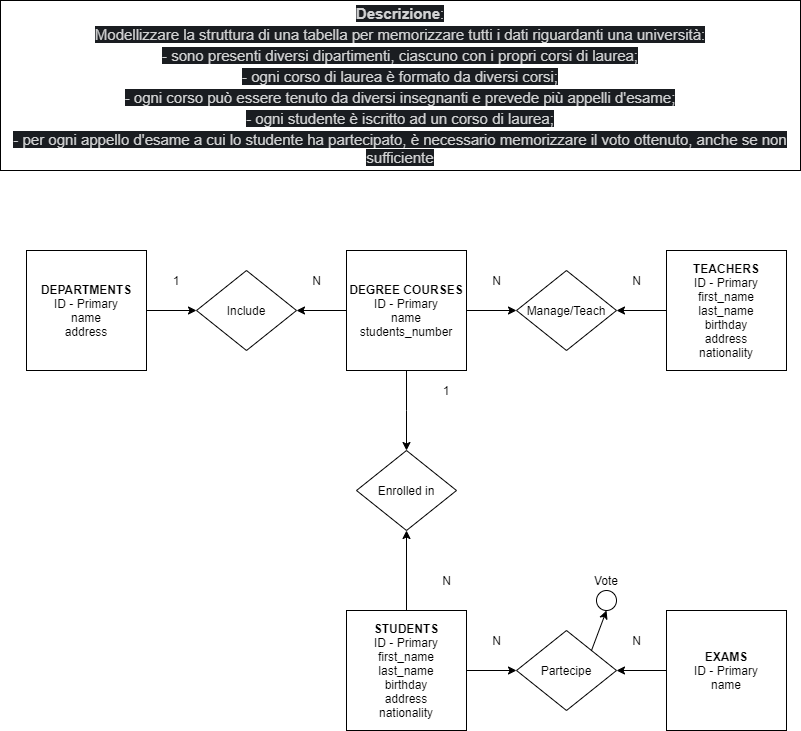
MastroJoe/db-university keeps this draw.io diagram as db university.png. Above is the earlier version. Source tidied: cells renumbered, new cells last; positions are measured from the earlier drawing's top-left corner, leaving out a move shared by most shapes.
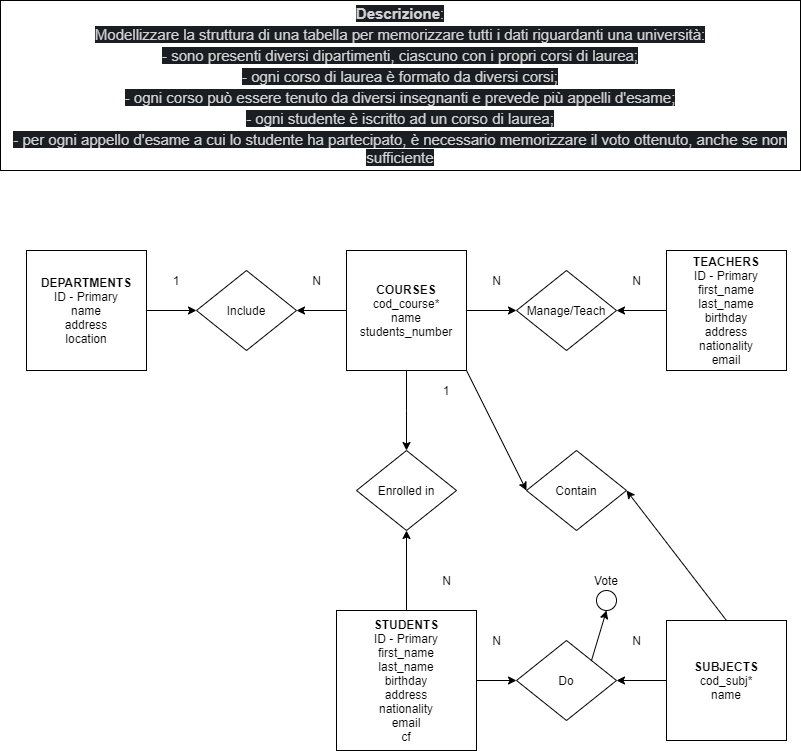
After the commit.

Commit message:
revisione, terminato

Diff of the diagram source:
```diff
@@ -8,26 +8,26 @@
     <mxCell id="3" style="edgeStyle=none;rounded=0;jettySize=auto;html=1;exitX=1;exitY=0.5;exitDx=0;exitDy=0;entryX=0;entryY=0.5;entryDx=0;entryDy=0;" parent="1" edge="1" source="4" target="11">
       <mxGeometry relative="1" as="geometry" />
     </mxCell>
-    <mxCell id="4" value="&lt;b&gt;DEPARTMENTS&lt;/b&gt;&lt;br&gt;ID - Primary&lt;br&gt;name&lt;br&gt;address" style="whiteSpace=wrap;html=1;" parent="1" vertex="1">
+    <mxCell id="4" value="&lt;b&gt;DEPARTMENTS&lt;/b&gt;&lt;br&gt;ID - Primary&lt;br&gt;name&lt;br&gt;address&lt;br&gt;location" style="whiteSpace=wrap;html=1;" parent="1" vertex="1">
       <mxGeometry x="26" y="250" width="120" height="120" as="geometry" />
     </mxCell>
     <mxCell id="5" style="edgeStyle=none;rounded=0;jettySize=auto;html=1;exitX=0;exitY=0.5;exitDx=0;exitDy=0;entryX=1;entryY=0.5;entryDx=0;entryDy=0;" parent="1" edge="1" source="6" target="11">
       <mxGeometry relative="1" as="geometry" />
     </mxCell>
-    <mxCell id="6" value="&lt;b&gt;DEGREE COURSES&lt;br&gt;&lt;/b&gt;ID - Primary&lt;br&gt;name&lt;br&gt;students_number" style="whiteSpace=wrap;html=1;" parent="1" vertex="1">
+    <mxCell id="6" value="&lt;b&gt;COURSES&lt;br&gt;&lt;/b&gt;cod_course*&lt;br&gt;name&lt;br&gt;students_number" style="whiteSpace=wrap;html=1;" parent="1" vertex="1">
       <mxGeometry x="346" y="250" width="120" height="120" as="geometry" />
     </mxCell>
     <mxCell id="7" style="edgeStyle=none;rounded=0;jettySize=auto;html=1;exitX=0;exitY=0.5;exitDx=0;exitDy=0;entryX=1;entryY=0.5;entryDx=0;entryDy=0;" parent="1" edge="1" source="8" target="17">
       <mxGeometry relative="1" as="geometry" />
     </mxCell>
-    <mxCell id="8" value="&lt;b&gt;EXAMS&lt;/b&gt;&lt;br&gt;ID - Primary&lt;br&gt;name" style="whiteSpace=wrap;html=1;" parent="1" vertex="1">
-      <mxGeometry x="666" y="610" width="120" height="120" as="geometry" />
+    <mxCell id="8" value="&lt;b&gt;SUBJECTS&lt;/b&gt;&lt;br&gt;cod_subj*&lt;br&gt;name" style="whiteSpace=wrap;html=1;" parent="1" vertex="1">
+      <mxGeometry x="666" y="620" width="120" height="120" as="geometry" />
     </mxCell>
     <mxCell id="9" style="edgeStyle=none;rounded=0;jettySize=auto;html=1;entryX=0;entryY=0.5;entryDx=0;entryDy=0;" parent="1" edge="1" source="10" target="17">
       <mxGeometry relative="1" as="geometry" />
     </mxCell>
-    <mxCell id="10" value="&lt;b&gt;STUDENTS&lt;br&gt;&lt;/b&gt;ID - Primary&lt;br&gt;first_name&lt;br&gt;last_name&lt;br&gt;birthday&lt;br&gt;address&lt;br&gt;nationality&lt;br&gt;" style="whiteSpace=wrap;html=1;" parent="1" vertex="1">
-      <mxGeometry x="346" y="610" width="120" height="120" as="geometry" />
+    <mxCell id="10" value="&lt;b&gt;STUDENTS&lt;br&gt;&lt;/b&gt;ID - Primary&lt;br&gt;first_name&lt;br&gt;last_name&lt;br&gt;birthday&lt;br&gt;address&lt;br&gt;nationality&lt;br&gt;email&lt;br&gt;cf" style="whiteSpace=wrap;html=1;" parent="1" vertex="1">
+      <mxGeometry x="336" y="610" width="140" height="140" as="geometry" />
     </mxCell>
     <mxCell id="11" value="Include" style="rhombus;whiteSpace=wrap;html=1;" parent="1" vertex="1">
       <mxGeometry x="196" y="270" width="100" height="80" as="geometry" />
@@ -38,7 +38,7 @@
     <mxCell id="13" style="edgeStyle=none;rounded=0;jettySize=auto;html=1;exitX=0;exitY=0.5;exitDx=0;exitDy=0;entryX=1;entryY=0.5;entryDx=0;entryDy=0;" parent="1" edge="1" source="14" target="15">
       <mxGeometry relative="1" as="geometry" />
     </mxCell>
-    <mxCell id="14" value="&lt;b&gt;TEACHERS&lt;br&gt;&lt;/b&gt;ID - Primary&lt;br&gt;first_name&lt;br&gt;last_name&lt;br&gt;birthday&lt;br&gt;address&lt;br&gt;nationality&lt;b&gt;&lt;br&gt;&lt;/b&gt;" style="whiteSpace=wrap;html=1;" parent="1" vertex="1">
+    <mxCell id="14" value="&lt;b&gt;TEACHERS&lt;br&gt;&lt;/b&gt;ID - Primary&lt;br&gt;first_name&lt;br&gt;last_name&lt;br&gt;birthday&lt;br&gt;address&lt;br&gt;nationality&lt;br&gt;email" style="whiteSpace=wrap;html=1;" parent="1" vertex="1">
       <mxGeometry x="666" y="250" width="120" height="120" as="geometry" />
     </mxCell>
     <mxCell id="15" value="Manage/Teach" style="rhombus;whiteSpace=wrap;html=1;" parent="1" vertex="1">
@@ -49,8 +49,8 @@
         <mxPoint x="606" y="610" as="targetPoint" />
       </mxGeometry>
     </mxCell>
-    <mxCell id="17" value="Partecipe" style="rhombus;whiteSpace=wrap;html=1;" parent="1" vertex="1">
-      <mxGeometry x="516" y="630" width="100" height="80" as="geometry" />
+    <mxCell id="17" value="Do" style="rhombus;whiteSpace=wrap;html=1;" parent="1" vertex="1">
+      <mxGeometry x="516" y="640" width="100" height="80" as="geometry" />
     </mxCell>
     <mxCell id="18" style="edgeStyle=none;rounded=0;jettySize=auto;html=1;entryX=0.5;entryY=1;entryDx=0;entryDy=0;exitX=0.5;exitY=0;exitDx=0;exitDy=0;" parent="1" edge="1" source="10" target="20">
       <mxGeometry relative="1" as="geometry" />
@@ -95,5 +95,14 @@
     <mxCell id="30" value="N" style="text;html=1;align=center;verticalAlign=middle;strokeColor=none;" parent="1" vertex="1">
       <mxGeometry x="626" y="630" width="20" height="20" as="geometry" />
     </mxCell>
+    <mxCell id="31" style="edgeStyle=none;rounded=0;jettySize=auto;html=1;entryX=1;entryY=0.5;entryDx=0;entryDy=0;exitX=0.5;exitY=0;exitDx=0;exitDy=0;" parent="1" edge="1" source="8" target="33">
+      <mxGeometry relative="1" as="geometry" />
+    </mxCell>
+    <mxCell id="32" style="edgeStyle=none;rounded=0;jettySize=auto;html=1;exitX=1;exitY=1;exitDx=0;exitDy=0;entryX=0;entryY=0.5;entryDx=0;entryDy=0;" parent="1" edge="1" source="6" target="33">
+      <mxGeometry relative="1" as="geometry" />
+    </mxCell>
+    <mxCell id="33" value="Contain" style="rhombus;whiteSpace=wrap;html=1;" parent="1" vertex="1">
+      <mxGeometry x="526" y="450" width="100" height="80" as="geometry" />
+    </mxCell>
   </root>
 </mxGraphModel>
```
